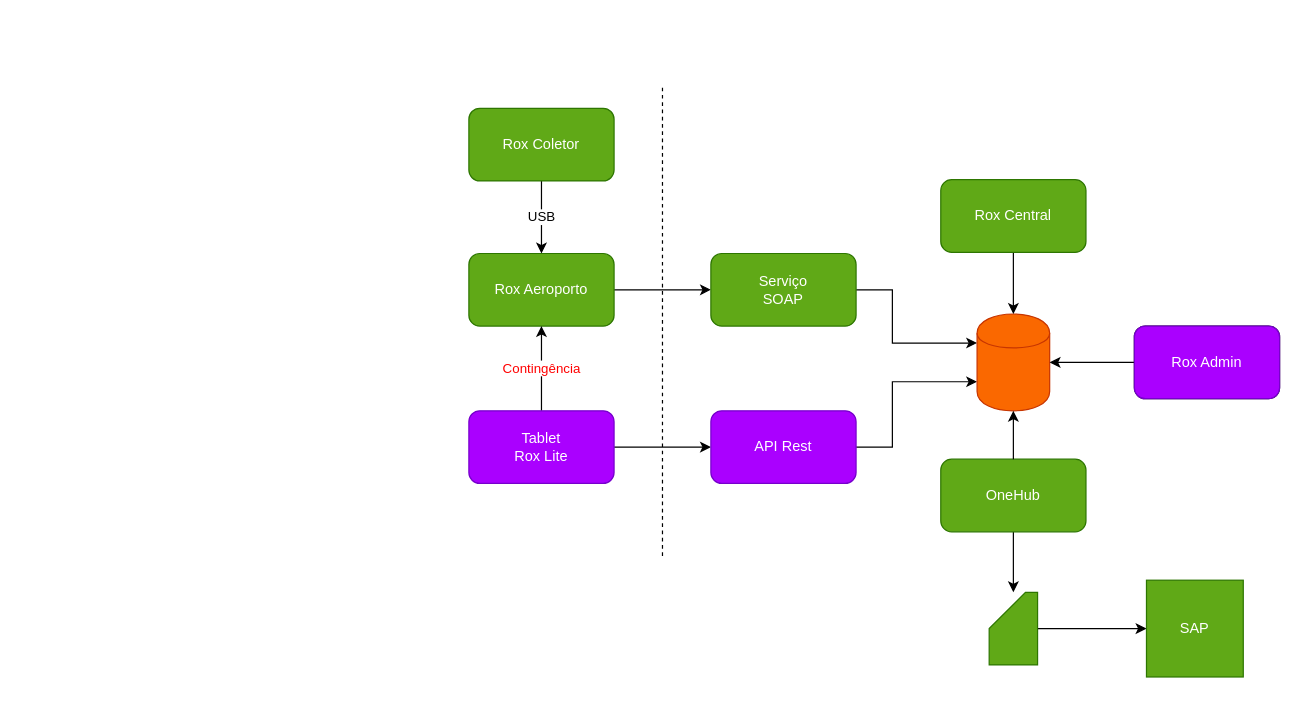
The draw.io diagram page "COPI" (1 of 2) of ROX.drawio in anlugifa/drawio, before the edit. Source tidied: cells renumbered, new cells numbered last; positions are measured from the earlier drawing's top-left corner, leaving out a move shared by most shapes. Both pictures are drawn from the tidied source at 121%, with x=0, y=0 at pixel (468, 83).
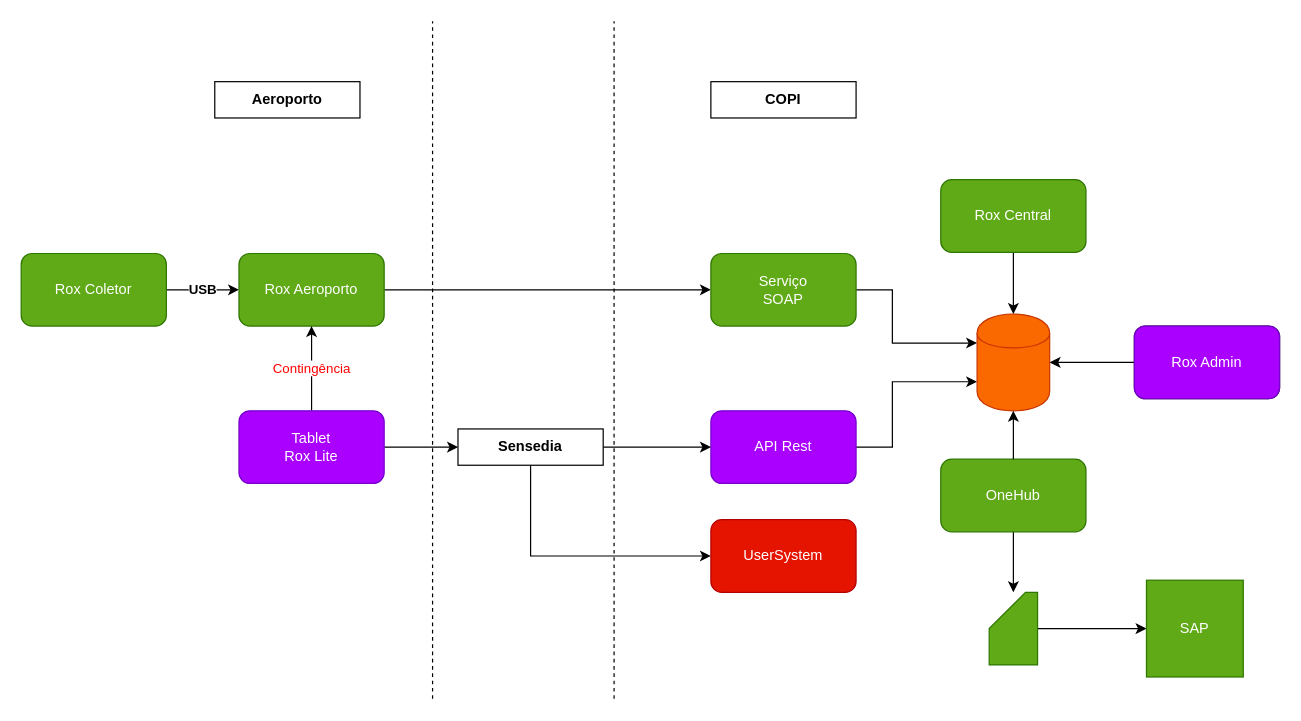
Above is the later version.

Unchanged cells that the change refers to:
```xml
<mxCell id="12" value="API Rest" style="rounded=1;whiteSpace=wrap;html=1;fillColor=#aa00ff;strokeColor=#7700CC;fontColor=#ffffff;" parent="1" vertex="1">
  <mxGeometry x="200" y="270" width="120" height="60" as="geometry" />
</mxCell>
```

The edit, as a diff of the source:
```diff
@@
-    <mxCell id="2" value="USB" style="edgeStyle=orthogonalEdgeStyle;rounded=0;jettySize=auto;html=1;" parent="1" edge="1" source="3" target="5">
+    <mxCell id="2" value="USB" style="edgeStyle=orthogonalEdgeStyle;rounded=0;jettySize=auto;html=1;entryX=0;entryY=0.5;entryDx=0;entryDy=0;fontStyle=1;" parent="1" edge="1" source="3" target="5">
       <mxGeometry relative="1" as="geometry" />
     </mxCell>
     <mxCell id="3" value="Rox Coletor" style="rounded=1;whiteSpace=wrap;html=1;fillColor=#60a917;strokeColor=#2D7600;fontColor=#ffffff;" parent="1" vertex="1">
-      <mxGeometry y="20" width="120" height="60" as="geometry" />
+      <mxGeometry x="-370" y="140" width="120" height="60" as="geometry" />
     </mxCell>
@@
     <mxCell id="5" value="Rox Aeroporto" style="rounded=1;whiteSpace=wrap;html=1;fillColor=#60a917;strokeColor=#2D7600;fontColor=#ffffff;" parent="1" vertex="1">
-      <mxGeometry y="140" width="120" height="60" as="geometry" />
+      <mxGeometry x="-190" y="140" width="120" height="60" as="geometry" />
     </mxCell>
@@
-    <mxCell id="8" value="&lt;font color=&quot;#ff0000&quot;&gt;Contingência&lt;/font&gt;" style="edgeStyle=orthogonalEdgeStyle;rounded=0;jettySize=auto;html=1;entryX=0.5;entryY=1;entryDx=0;entryDy=0;" parent="1" edge="1" source="10" target="5">
+    <mxCell id="8" value="&lt;font color=&quot;#ff0000&quot;&gt;Contingência&lt;/font&gt;" style="edgeStyle=orthogonalEdgeStyle;rounded=0;jettySize=auto;html=1;entryX=0.5;entryY=1;entryDx=0;entryDy=0;exitX=0.5;exitY=0;exitDx=0;exitDy=0;" parent="1" edge="1" source="10" target="5">
       <mxGeometry relative="1" as="geometry" />
     </mxCell>
-    <mxCell id="9" style="edgeStyle=orthogonalEdgeStyle;rounded=0;jettySize=auto;html=1;" parent="1" edge="1" source="10" target="12">
-      <mxGeometry relative="1" as="geometry" />
-    </mxCell>
-    <mxCell id="10" value="Tablet&lt;br&gt;Rox Lite" style="rounded=1;whiteSpace=wrap;html=1;fillColor=#aa00ff;strokeColor=#7700CC;fontColor=#ffffff;" parent="1" vertex="1">
-      <mxGeometry y="270" width="120" height="60" as="geometry" />
-    </mxCell>
@@
     <mxCell id="14" style="endArrow=none;dashed=1;html=1;" parent="1" edge="1">
       <mxGeometry relative="1" as="geometry">
-        <mxPoint x="160" y="390" as="sourcePoint" />
-        <mxPoint x="160" as="targetPoint" />
+        <mxPoint x="-30" y="508" as="sourcePoint" />
+        <mxPoint x="-30" y="-52" as="targetPoint" />
       </mxGeometry>
     </mxCell>
@@
+    <mxCell id="26" value="COPI" style="rounded=0;whiteSpace=wrap;html=1;fontStyle=1;" parent="1" vertex="1">
+      <mxGeometry x="200" y="-2" width="120" height="30" as="geometry" />
+    </mxCell>
+    <mxCell id="27" value="Aeroporto" style="rounded=0;whiteSpace=wrap;html=1;fontStyle=1;" parent="1" vertex="1">
+      <mxGeometry x="-210" y="-2" width="120" height="30" as="geometry" />
+    </mxCell>
+    <mxCell id="28" style="edgeStyle=orthogonalEdgeStyle;rounded=0;jettySize=auto;html=1;" parent="1" edge="1" source="10" target="32">
+      <mxGeometry relative="1" as="geometry" />
+    </mxCell>
+    <mxCell id="10" value="Tablet&lt;br&gt;Rox Lite" style="rounded=1;whiteSpace=wrap;html=1;fillColor=#aa00ff;strokeColor=#7700CC;fontColor=#ffffff;" parent="1" vertex="1">
+      <mxGeometry x="-190" y="270" width="120" height="60" as="geometry" />
+    </mxCell>
+    <mxCell id="29" style="endArrow=none;dashed=1;html=1;" parent="1" edge="1">
+      <mxGeometry relative="1" as="geometry">
+        <mxPoint x="120" y="508" as="sourcePoint" />
+        <mxPoint x="120" y="-52" as="targetPoint" />
+      </mxGeometry>
+    </mxCell>
+    <mxCell id="30" style="edgeStyle=orthogonalEdgeStyle;rounded=0;jettySize=auto;html=1;entryX=0;entryY=0.5;entryDx=0;entryDy=0;" parent="1" edge="1" source="32" target="12">
+      <mxGeometry relative="1" as="geometry" />
+    </mxCell>
+    <mxCell id="31" style="edgeStyle=orthogonalEdgeStyle;rounded=0;jettySize=auto;html=1;entryX=0;entryY=0.5;entryDx=0;entryDy=0;" parent="1" edge="1" source="32" target="33">
+      <mxGeometry relative="1" as="geometry">
+        <Array as="points">
+          <mxPoint x="51" y="390" />
+        </Array>
+      </mxGeometry>
+    </mxCell>
+    <mxCell id="32" value="Sensedia" style="rounded=0;whiteSpace=wrap;html=1;fontStyle=1;" parent="1" vertex="1">
+      <mxGeometry x="-9" y="285" width="120" height="30" as="geometry" />
+    </mxCell>
+    <mxCell id="33" value="UserSystem" style="rounded=1;whiteSpace=wrap;html=1;fillColor=#e51400;strokeColor=#B20000;fontColor=#ffffff;" parent="1" vertex="1">
+      <mxGeometry x="200" y="360" width="120" height="60" as="geometry" />
+    </mxCell>
```
